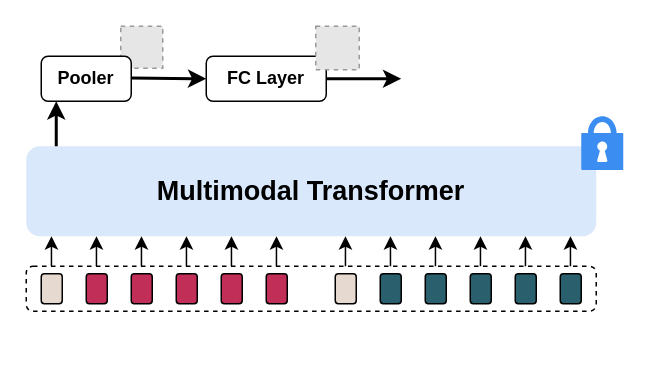
The draw.io diagram accv.drawio in Boris-Jobs/draw.io, before the edit. Source tidied: cells renumbered, new cells numbered last; positions are measured from the earlier drawing's top-left corner, leaving out a move shared by most shapes. Both pictures are drawn from the tidied source at 150%, with x=0, y=0 at pixel (26, 26). Pictures stored in the file or linked from it are replaced by grey dashed boxes.
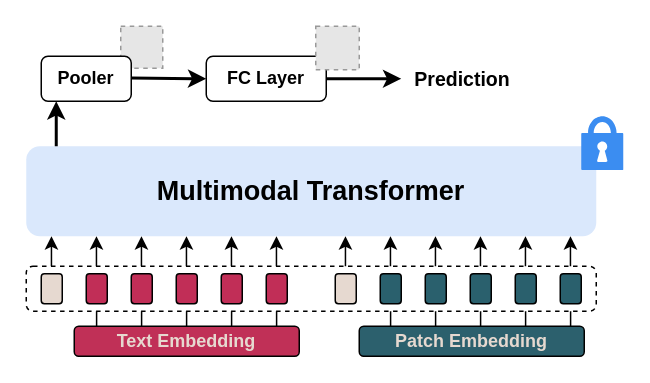
The same diagram, later.

What changed in the source:
```diff
@@
+    <mxCell id="36" value="Prediction" style="text;strokeColor=none;align=center;fillColor=none;html=1;verticalAlign=middle;whiteSpace=wrap;rounded=0;fontStyle=1;fontSize=13;" parent="1" vertex="1">
+      <mxGeometry x="256" y="20" width="70" height="30" as="geometry" />
+    </mxCell>
+    <mxCell id="37" value="Text Embedding" style="rounded=1;whiteSpace=wrap;html=1;fillColor=#c03057;fontStyle=1;fontColor=#e6d9d0;" parent="1" vertex="1">
+      <mxGeometry x="32" y="200" width="150" height="20" as="geometry" />
+    </mxCell>
+    <mxCell id="38" value="Patch Embedding" style="rounded=1;whiteSpace=wrap;html=1;fillColor=#2c606d;fontStyle=1;fontColor=#e6d9d0;" parent="1" vertex="1">
+      <mxGeometry x="222" y="200" width="150" height="20" as="geometry" />
+    </mxCell>
+    <mxCell id="39" style="endArrow=none;html=1;rounded=0;exitX=0.095;exitY=0.001;exitDx=0;exitDy=0;exitPerimeter=0;" parent="1" edge="1">
+      <mxGeometry relative="1" as="geometry">
+        <mxPoint x="76.9" y="200" as="sourcePoint" />
+        <mxPoint x="76.9" y="190" as="targetPoint" />
+      </mxGeometry>
+    </mxCell>
+    <mxCell id="40" style="endArrow=none;html=1;rounded=0;exitX=0.095;exitY=0.001;exitDx=0;exitDy=0;exitPerimeter=0;" parent="1" edge="1">
+      <mxGeometry relative="1" as="geometry">
+        <mxPoint x="46.9" y="200" as="sourcePoint" />
+        <mxPoint x="46.9" y="190" as="targetPoint" />
+      </mxGeometry>
+    </mxCell>
+    <mxCell id="41" style="endArrow=none;html=1;rounded=0;exitX=0.095;exitY=0.001;exitDx=0;exitDy=0;exitPerimeter=0;" parent="1" edge="1">
+      <mxGeometry relative="1" as="geometry">
+        <mxPoint x="106.9" y="200" as="sourcePoint" />
+        <mxPoint x="106.9" y="190" as="targetPoint" />
+      </mxGeometry>
+    </mxCell>
+    <mxCell id="42" style="endArrow=none;html=1;rounded=0;exitX=0.095;exitY=0.001;exitDx=0;exitDy=0;exitPerimeter=0;" parent="1" edge="1">
+      <mxGeometry relative="1" as="geometry">
+        <mxPoint x="136.9" y="200" as="sourcePoint" />
+        <mxPoint x="136.9" y="190" as="targetPoint" />
+      </mxGeometry>
+    </mxCell>
+    <mxCell id="43" style="endArrow=none;html=1;rounded=0;exitX=0.095;exitY=0.001;exitDx=0;exitDy=0;exitPerimeter=0;" parent="1" edge="1">
+      <mxGeometry relative="1" as="geometry">
+        <mxPoint x="166.9" y="200" as="sourcePoint" />
+        <mxPoint x="166.9" y="190" as="targetPoint" />
+      </mxGeometry>
+    </mxCell>
+    <mxCell id="44" style="endArrow=none;html=1;rounded=0;exitX=0.095;exitY=0.001;exitDx=0;exitDy=0;exitPerimeter=0;" parent="1" edge="1">
+      <mxGeometry relative="1" as="geometry">
+        <mxPoint x="242.9" y="200" as="sourcePoint" />
+        <mxPoint x="242.9" y="190" as="targetPoint" />
+      </mxGeometry>
+    </mxCell>
+    <mxCell id="45" style="endArrow=none;html=1;rounded=0;exitX=0.095;exitY=0.001;exitDx=0;exitDy=0;exitPerimeter=0;" parent="1" edge="1">
+      <mxGeometry relative="1" as="geometry">
+        <mxPoint x="272.9" y="200" as="sourcePoint" />
+        <mxPoint x="272.9" y="190" as="targetPoint" />
+      </mxGeometry>
+    </mxCell>
+    <mxCell id="46" style="endArrow=none;html=1;rounded=0;exitX=0.095;exitY=0.001;exitDx=0;exitDy=0;exitPerimeter=0;" parent="1" edge="1">
+      <mxGeometry relative="1" as="geometry">
+        <mxPoint x="302.9" y="200" as="sourcePoint" />
+        <mxPoint x="302.9" y="190" as="targetPoint" />
+      </mxGeometry>
+    </mxCell>
+    <mxCell id="47" style="endArrow=none;html=1;rounded=0;exitX=0.095;exitY=0.001;exitDx=0;exitDy=0;exitPerimeter=0;" parent="1" edge="1">
+      <mxGeometry relative="1" as="geometry">
+        <mxPoint x="332.9" y="200" as="sourcePoint" />
+        <mxPoint x="332.9" y="190" as="targetPoint" />
+      </mxGeometry>
+    </mxCell>
+    <mxCell id="48" style="endArrow=none;html=1;rounded=0;exitX=0.095;exitY=0.001;exitDx=0;exitDy=0;exitPerimeter=0;" parent="1" edge="1">
+      <mxGeometry relative="1" as="geometry">
+        <mxPoint x="362.9" y="200" as="sourcePoint" />
+        <mxPoint x="362.9" y="190" as="targetPoint" />
+      </mxGeometry>
+    </mxCell>
```
